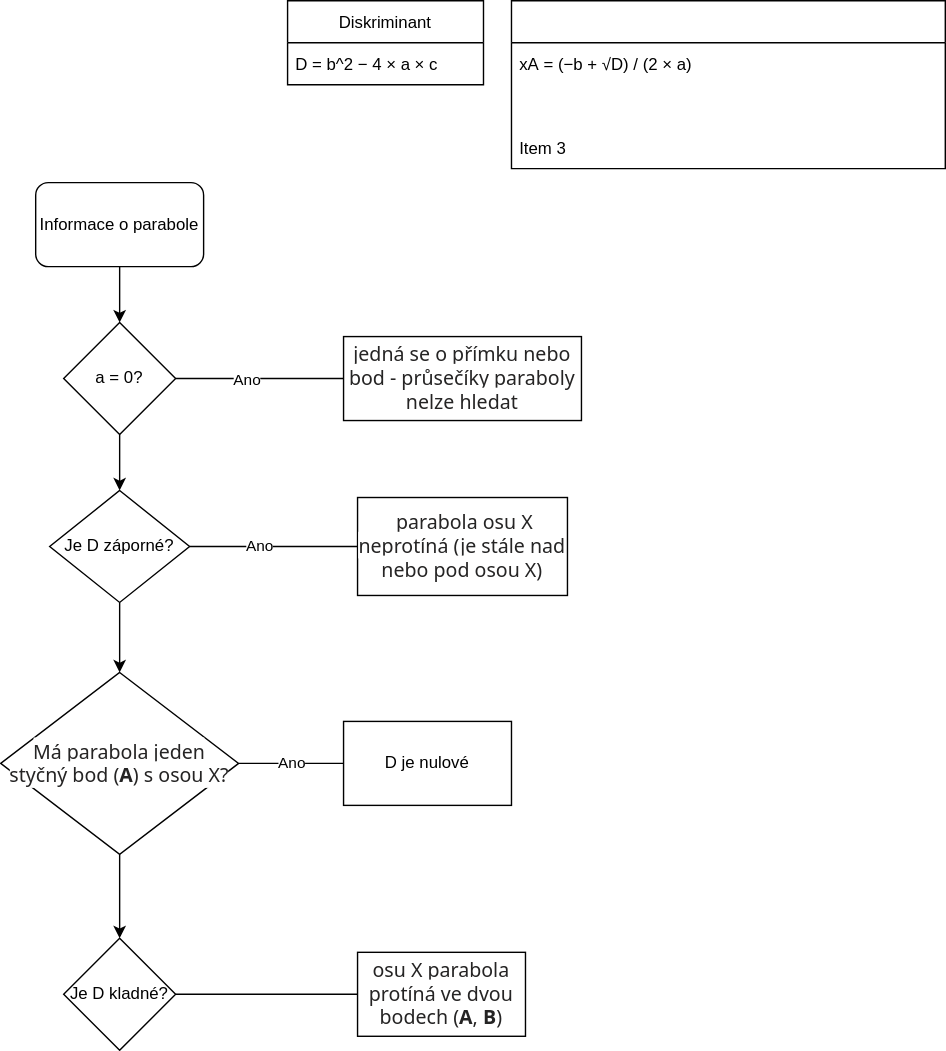
Earlier version of the draw.io export Kvadratická rovnice.svg (TomasKrycfalusij/diagrams.net). Source tidied: cells renumbered, new cells last; positions are measured from the earlier drawing's top-left corner, leaving out a move shared by most shapes.
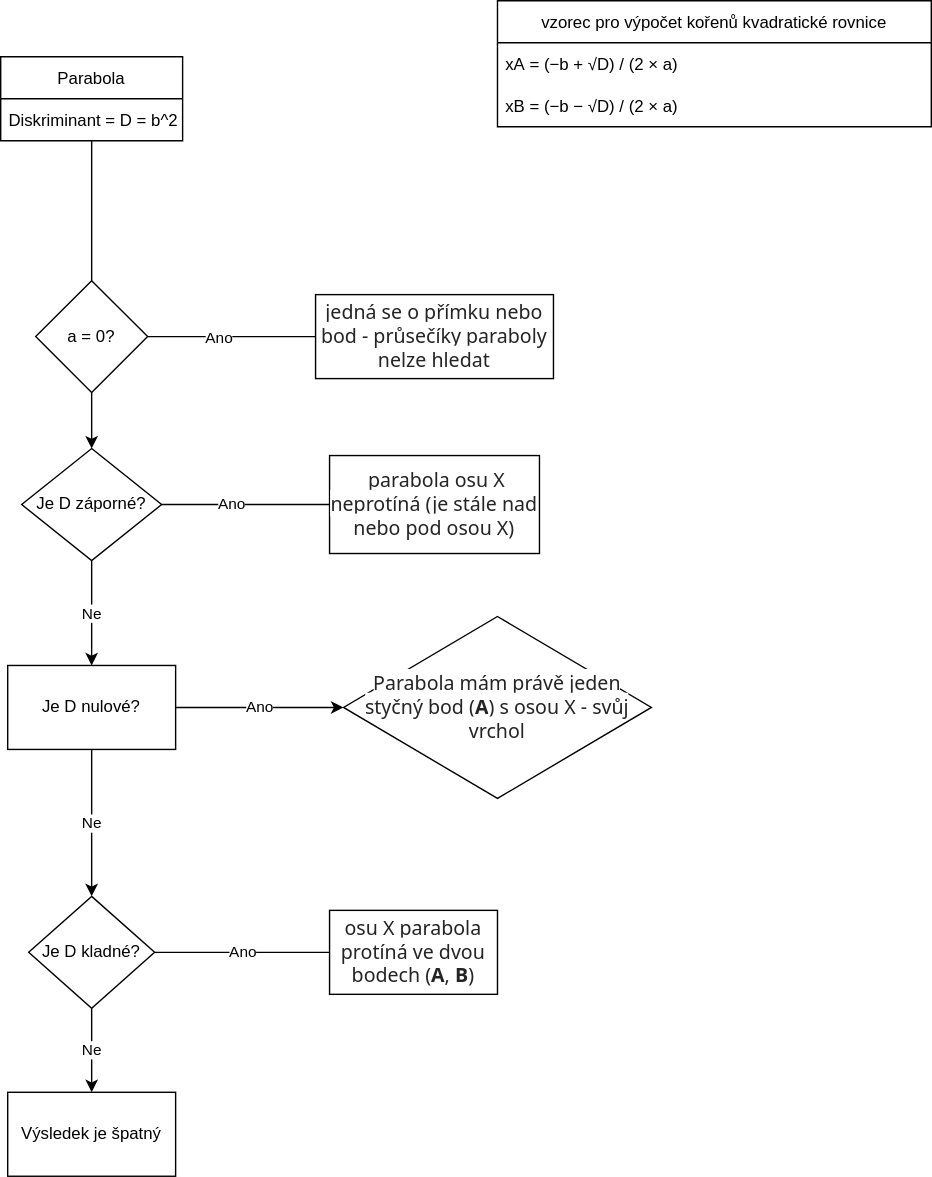
The same file after the commit.

Change to the diagram source:
```diff
@@ -19,16 +19,19 @@
     <mxCell id="6" value="&lt;span style=&quot;color: rgb(37 , 36 , 36) ; font-family: &amp;#34;segoe ui web&amp;#34; , &amp;#34;segoe ui&amp;#34; , &amp;#34;segoe wp&amp;#34; , &amp;#34;segoe ui emoji&amp;#34; , &amp;#34;tahoma&amp;#34; , &amp;#34;arial&amp;#34; , sans-serif ; font-size: 14px ; text-align: left ; background-color: rgb(255 , 255 , 255)&quot;&gt;jedná se o přímku nebo bod - průsečíky paraboly nelze hledat&lt;/span&gt;" style="rounded=0;whiteSpace=wrap;html=1;" parent="1" vertex="1">
       <mxGeometry x="245" y="240" width="170" height="60" as="geometry" />
     </mxCell>
+    <mxCell id="26" style="edgeStyle=orthogonalEdgeStyle;rounded=0;jettySize=auto;html=1;entryX=0.5;entryY=0;entryDx=0;entryDy=0;endArrow=none;endFill=0;" parent="1" edge="1" source="7" target="5">
+      <mxGeometry relative="1" as="geometry" />
+    </mxCell>
-    <mxCell id="7" value="Diskriminant" style="swimlane;fontStyle=0;horizontal=1;startSize=30;" parent="1" vertex="1">
-      <mxGeometry x="205" width="140" height="60" as="geometry" />
+    <mxCell id="7" value="Parabola" style="swimlane;fontStyle=0;horizontal=1;startSize=30;" parent="1" vertex="1">
+      <mxGeometry x="20" y="70" width="130" height="60" as="geometry" />
     </mxCell>
-    <mxCell id="8" value="D = b^2 − 4 × a × c" style="text;strokeColor=none;fillColor=none;align=left;verticalAlign=middle;spacingLeft=4;spacingRight=4;overflow=hidden;" parent="7" vertex="1">
-      <mxGeometry y="30" width="140" height="30" as="geometry" />
+    <mxCell id="8" value="Diskriminant = D = b^2 − 4 × a × c" style="text;strokeColor=none;fillColor=none;align=left;verticalAlign=middle;spacingLeft=4;spacingRight=4;overflow=hidden;" parent="7" vertex="1">
+      <mxGeometry y="30" width="130" height="30" as="geometry" />
     </mxCell>
     <mxCell id="9" value="Ano" style="edgeStyle=orthogonalEdgeStyle;rounded=0;jettySize=auto;html=1;entryX=0;entryY=0.5;entryDx=0;entryDy=0;endArrow=none;endFill=0;" parent="1" edge="1" source="11" target="12">
       <mxGeometry x="-0.17" relative="1" as="geometry" />
     </mxCell>
-    <mxCell id="10" style="edgeStyle=orthogonalEdgeStyle;rounded=0;jettySize=auto;html=1;entryX=0.5;entryY=0;entryDx=0;entryDy=0;endArrow=classic;endFill=1;" parent="1" edge="1" source="11" target="17">
+    <mxCell id="10" value="Ne" style="edgeStyle=orthogonalEdgeStyle;rounded=0;jettySize=auto;html=1;endArrow=classic;endFill=1;entryX=0.5;entryY=0;entryDx=0;entryDy=0;" parent="1" edge="1" source="11" target="21">
       <mxGeometry relative="1" as="geometry" />
     </mxCell>
     <mxCell id="11" value="Je D záporné?" style="rhombus;whiteSpace=wrap;html=1;" parent="1" vertex="1">
@@ -37,46 +40,41 @@
     <mxCell id="12" value="&lt;span style=&quot;color: rgb(37 , 36 , 36) ; font-family: &amp;#34;segoe ui web&amp;#34; , &amp;#34;segoe ui&amp;#34; , &amp;#34;segoe wp&amp;#34; , &amp;#34;segoe ui emoji&amp;#34; , &amp;#34;tahoma&amp;#34; , &amp;#34;arial&amp;#34; , sans-serif ; font-size: 14px ; text-align: left ; background-color: rgb(255 , 255 , 255)&quot;&gt;&amp;nbsp;parabola osu X neprotíná (je stále nad nebo pod osou X)&lt;/span&gt;" style="rounded=0;whiteSpace=wrap;html=1;" parent="1" vertex="1">
       <mxGeometry x="255" y="355" width="150" height="70" as="geometry" />
     </mxCell>
-    <mxCell id="13" style="edgeStyle=orthogonalEdgeStyle;rounded=0;jettySize=auto;html=1;entryX=0.5;entryY=0;entryDx=0;entryDy=0;" parent="1" edge="1" source="14" target="5">
-      <mxGeometry relative="1" as="geometry" />
-    </mxCell>
-    <mxCell id="14" value="Informace o parabole" style="rounded=1;whiteSpace=wrap;html=1;" parent="1" vertex="1">
-      <mxGeometry x="25" y="130" width="120" height="60" as="geometry" />
-    </mxCell>
-    <mxCell id="15" value="Ano" style="edgeStyle=orthogonalEdgeStyle;rounded=0;jettySize=auto;html=1;endArrow=none;endFill=0;" parent="1" edge="1" source="17">
-      <mxGeometry relative="1" as="geometry">
-        <mxPoint x="245" y="545" as="targetPoint" />
-      </mxGeometry>
-    </mxCell>
-    <mxCell id="16" style="edgeStyle=orthogonalEdgeStyle;rounded=0;jettySize=auto;html=1;entryX=0.5;entryY=0;entryDx=0;entryDy=0;endArrow=classic;endFill=1;" parent="1" edge="1" source="17" target="19">
-      <mxGeometry relative="1" as="geometry" />
-    </mxCell>
-    <mxCell id="17" value="&lt;span style=&quot;color: rgb(37 , 36 , 36) ; font-family: &amp;#34;segoe ui web&amp;#34; , &amp;#34;segoe ui&amp;#34; , &amp;#34;segoe wp&amp;#34; , &amp;#34;segoe ui emoji&amp;#34; , &amp;#34;tahoma&amp;#34; , &amp;#34;arial&amp;#34; , sans-serif ; font-size: 14px ; text-align: left ; background-color: rgb(255 , 255 , 255)&quot;&gt;Má parabola jeden&lt;br&gt;styčný bod (&lt;/span&gt;&lt;span style=&quot;box-sizing: border-box ; font-weight: bolder ; color: rgb(37 , 36 , 36) ; font-family: &amp;#34;segoe ui web&amp;#34; , &amp;#34;segoe ui&amp;#34; , &amp;#34;segoe wp&amp;#34; , &amp;#34;segoe ui emoji&amp;#34; , &amp;#34;tahoma&amp;#34; , &amp;#34;arial&amp;#34; , sans-serif ; font-size: 14px ; text-align: left ; background-color: rgb(255 , 255 , 255)&quot;&gt;A&lt;/span&gt;&lt;span style=&quot;color: rgb(37 , 36 , 36) ; font-family: &amp;#34;segoe ui web&amp;#34; , &amp;#34;segoe ui&amp;#34; , &amp;#34;segoe wp&amp;#34; , &amp;#34;segoe ui emoji&amp;#34; , &amp;#34;tahoma&amp;#34; , &amp;#34;arial&amp;#34; , sans-serif ; font-size: 14px ; text-align: left ; background-color: rgb(255 , 255 , 255)&quot;&gt;) s osou X?&lt;/span&gt;" style="rhombus;whiteSpace=wrap;html=1;" parent="1" vertex="1">
-      <mxGeometry y="480" width="170" height="130" as="geometry" />
+    <mxCell id="17" value="&lt;span style=&quot;color: rgb(37 , 36 , 36) ; font-family: &amp;#34;segoe ui web&amp;#34; , &amp;#34;segoe ui&amp;#34; , &amp;#34;segoe wp&amp;#34; , &amp;#34;segoe ui emoji&amp;#34; , &amp;#34;tahoma&amp;#34; , &amp;#34;arial&amp;#34; , sans-serif ; font-size: 14px ; text-align: left ; background-color: rgb(255 , 255 , 255)&quot;&gt;Parabola mám právě jeden&lt;br&gt;styčný bod (&lt;/span&gt;&lt;span style=&quot;box-sizing: border-box ; font-weight: bolder ; color: rgb(37 , 36 , 36) ; font-family: &amp;#34;segoe ui web&amp;#34; , &amp;#34;segoe ui&amp;#34; , &amp;#34;segoe wp&amp;#34; , &amp;#34;segoe ui emoji&amp;#34; , &amp;#34;tahoma&amp;#34; , &amp;#34;arial&amp;#34; , sans-serif ; font-size: 14px ; text-align: left ; background-color: rgb(255 , 255 , 255)&quot;&gt;A&lt;/span&gt;&lt;span style=&quot;color: rgb(37 , 36 , 36) ; font-family: &amp;#34;segoe ui web&amp;#34; , &amp;#34;segoe ui&amp;#34; , &amp;#34;segoe wp&amp;#34; , &amp;#34;segoe ui emoji&amp;#34; , &amp;#34;tahoma&amp;#34; , &amp;#34;arial&amp;#34; , sans-serif ; font-size: 14px ; text-align: left ; background-color: rgb(255 , 255 , 255)&quot;&gt;) s osou X - svůj vrchol&lt;/span&gt;" style="rhombus;whiteSpace=wrap;html=1;" parent="1" vertex="1">
+      <mxGeometry x="265" y="470" width="220" height="130" as="geometry" />
     </mxCell>
-    <mxCell id="18" style="edgeStyle=orthogonalEdgeStyle;rounded=0;jettySize=auto;html=1;endArrow=none;endFill=0;" parent="1" edge="1" source="19" target="20">
+    <mxCell id="18" value="Ano" style="edgeStyle=orthogonalEdgeStyle;rounded=0;jettySize=auto;html=1;endArrow=none;endFill=0;" parent="1" edge="1" source="19" target="20">
       <mxGeometry relative="1" as="geometry" />
     </mxCell>
+    <mxCell id="27" value="Ne" style="edgeStyle=orthogonalEdgeStyle;rounded=0;jettySize=auto;html=1;entryX=0.5;entryY=0;entryDx=0;entryDy=0;endArrow=classic;endFill=1;" parent="1" edge="1" source="19" target="29">
+      <mxGeometry relative="1" as="geometry" />
+    </mxCell>
     <mxCell id="19" value="Je D kladné?" style="rhombus;whiteSpace=wrap;html=1;" parent="1" vertex="1">
-      <mxGeometry x="45" y="670" width="80" height="80" as="geometry" />
+      <mxGeometry x="40" y="670" width="90" height="80" as="geometry" />
     </mxCell>
     <mxCell id="20" value="&lt;span style=&quot;color: rgb(37 , 36 , 36) ; font-family: &amp;#34;segoe ui web&amp;#34; , &amp;#34;segoe ui&amp;#34; , &amp;#34;segoe wp&amp;#34; , &amp;#34;segoe ui emoji&amp;#34; , &amp;#34;tahoma&amp;#34; , &amp;#34;arial&amp;#34; , sans-serif ; font-size: 14px ; text-align: left ; background-color: rgb(255 , 255 , 255)&quot;&gt;osu X parabola protíná ve dvou bodech (&lt;/span&gt;&lt;span style=&quot;box-sizing: border-box ; font-weight: bolder ; color: rgb(37 , 36 , 36) ; font-family: &amp;#34;segoe ui web&amp;#34; , &amp;#34;segoe ui&amp;#34; , &amp;#34;segoe wp&amp;#34; , &amp;#34;segoe ui emoji&amp;#34; , &amp;#34;tahoma&amp;#34; , &amp;#34;arial&amp;#34; , sans-serif ; font-size: 14px ; text-align: left ; background-color: rgb(255 , 255 , 255)&quot;&gt;A&lt;/span&gt;&lt;span style=&quot;color: rgb(37 , 36 , 36) ; font-family: &amp;#34;segoe ui web&amp;#34; , &amp;#34;segoe ui&amp;#34; , &amp;#34;segoe wp&amp;#34; , &amp;#34;segoe ui emoji&amp;#34; , &amp;#34;tahoma&amp;#34; , &amp;#34;arial&amp;#34; , sans-serif ; font-size: 14px ; text-align: left ; background-color: rgb(255 , 255 , 255)&quot;&gt;,&amp;nbsp;&lt;/span&gt;&lt;span style=&quot;box-sizing: border-box ; font-weight: bolder ; color: rgb(37 , 36 , 36) ; font-family: &amp;#34;segoe ui web&amp;#34; , &amp;#34;segoe ui&amp;#34; , &amp;#34;segoe wp&amp;#34; , &amp;#34;segoe ui emoji&amp;#34; , &amp;#34;tahoma&amp;#34; , &amp;#34;arial&amp;#34; , sans-serif ; font-size: 14px ; text-align: left ; background-color: rgb(255 , 255 , 255)&quot;&gt;B&lt;/span&gt;&lt;span style=&quot;color: rgb(37 , 36 , 36) ; font-family: &amp;#34;segoe ui web&amp;#34; , &amp;#34;segoe ui&amp;#34; , &amp;#34;segoe wp&amp;#34; , &amp;#34;segoe ui emoji&amp;#34; , &amp;#34;tahoma&amp;#34; , &amp;#34;arial&amp;#34; , sans-serif ; font-size: 14px ; text-align: left ; background-color: rgb(255 , 255 , 255)&quot;&gt;)&lt;/span&gt;" style="rounded=0;whiteSpace=wrap;html=1;" parent="1" vertex="1">
       <mxGeometry x="255" y="680" width="120" height="60" as="geometry" />
     </mxCell>
+    <mxCell id="15" value="Ano" style="edgeStyle=orthogonalEdgeStyle;rounded=0;jettySize=auto;html=1;entryX=0;entryY=0.5;entryDx=0;entryDy=0;endArrow=classic;endFill=1;" parent="1" edge="1" source="21" target="17">
+      <mxGeometry relative="1" as="geometry" />
+    </mxCell>
+    <mxCell id="28" value="Ne" style="edgeStyle=orthogonalEdgeStyle;rounded=0;jettySize=auto;html=1;entryX=0.5;entryY=0;entryDx=0;entryDy=0;endArrow=classic;endFill=1;" parent="1" edge="1" source="21" target="19">
+      <mxGeometry relative="1" as="geometry" />
+    </mxCell>
-    <mxCell id="21" value="D je nulové" style="rounded=0;whiteSpace=wrap;html=1;" parent="1" vertex="1">
-      <mxGeometry x="245" y="515" width="120" height="60" as="geometry" />
+    <mxCell id="21" value="Je D nulové?" style="rounded=0;whiteSpace=wrap;html=1;" parent="1" vertex="1">
+      <mxGeometry x="25" y="505" width="120" height="60" as="geometry" />
     </mxCell>
-    <mxCell id="22" value="&#10;&#10;&#10;" style="swimlane;fontStyle=0;horizontal=1;startSize=30;" parent="1" vertex="1">
-      <mxGeometry x="365" width="310" height="120" as="geometry" />
+    <mxCell id="22" value="vzorec pro výpočet kořenů kvadratické rovnice" style="swimlane;fontStyle=0;horizontal=1;startSize=30;" parent="1" vertex="1">
+      <mxGeometry x="375" y="30" width="310" height="90" as="geometry" />
     </mxCell>
     <mxCell id="23" value="xA = (−b + √D) / (2 × a)" style="text;strokeColor=none;fillColor=none;align=left;verticalAlign=middle;spacingLeft=4;spacingRight=4;overflow=hidden;" parent="22" vertex="1">
       <mxGeometry y="30" width="310" height="30" as="geometry" />
     </mxCell>
-    <mxCell id="24" value="&#10;&#10;&lt;span style=&quot;box-sizing: border-box; color: rgb(37, 36, 36); font-family: &amp;quot;segoe ui web&amp;quot;, &amp;quot;segoe ui&amp;quot;, &amp;quot;segoe wp&amp;quot;, &amp;quot;segoe ui emoji&amp;quot;, tahoma, arial, sans-serif; font-size: 14px; font-style: normal; font-weight: 400; letter-spacing: normal; text-indent: 0px; text-transform: none; word-spacing: 0px; background-color: rgb(255, 255, 255);&quot;&gt;x&lt;/span&gt;&lt;b style=&quot;box-sizing: border-box; font-weight: bolder; color: rgb(37, 36, 36); font-family: &amp;quot;segoe ui web&amp;quot;, &amp;quot;segoe ui&amp;quot;, &amp;quot;segoe wp&amp;quot;, &amp;quot;segoe ui emoji&amp;quot;, tahoma, arial, sans-serif; font-size: 14px; font-style: normal; letter-spacing: normal; text-indent: 0px; text-transform: none; word-spacing: 0px; background-color: rgb(255, 255, 255);&quot;&gt;B&lt;/b&gt;&lt;span style=&quot;box-sizing: border-box; color: rgb(37, 36, 36); font-family: &amp;quot;segoe ui web&amp;quot;, &amp;quot;segoe ui&amp;quot;, &amp;quot;segoe wp&amp;quot;, &amp;quot;segoe ui emoji&amp;quot;, tahoma, arial, sans-serif; font-size: 14px; font-style: normal; font-weight: 400; letter-spacing: normal; text-indent: 0px; text-transform: none; word-spacing: 0px; background-color: rgb(255, 255, 255);&quot;&gt;&lt;span style=&quot;box-sizing: border-box&quot;&gt;&amp;nbsp;&lt;/span&gt;= (&lt;span style=&quot;box-sizing: border-box&quot;&gt;−&lt;/span&gt;b&amp;nbsp;&lt;span style=&quot;box-sizing: border-box&quot;&gt;−&amp;nbsp;&lt;/span&gt;√D) / (2 × a)&lt;/span&gt;&#10;&#10;" style="text;strokeColor=none;fillColor=none;align=left;verticalAlign=middle;spacingLeft=4;spacingRight=4;overflow=hidden;" parent="22" vertex="1">
+    <mxCell id="24" value="xB = (−b − √D) / (2 × a)" style="text;strokeColor=none;fillColor=none;align=left;verticalAlign=middle;spacingLeft=4;spacingRight=4;overflow=hidden;" parent="22" vertex="1">
       <mxGeometry y="60" width="310" height="30" as="geometry" />
     </mxCell>
-    <mxCell id="25" value="Item 3" style="text;strokeColor=none;fillColor=none;align=left;verticalAlign=middle;spacingLeft=4;spacingRight=4;overflow=hidden;" parent="22" vertex="1">
-      <mxGeometry y="90" width="310" height="30" as="geometry" />
-    </mxCell>
+    <mxCell id="29" value="Výsledek je špatný" style="rounded=0;whiteSpace=wrap;html=1;" parent="1" vertex="1">
+      <mxGeometry x="25" y="810" width="120" height="60" as="geometry" />
+    </mxCell>
   </root>
 </mxGraphModel>
```
